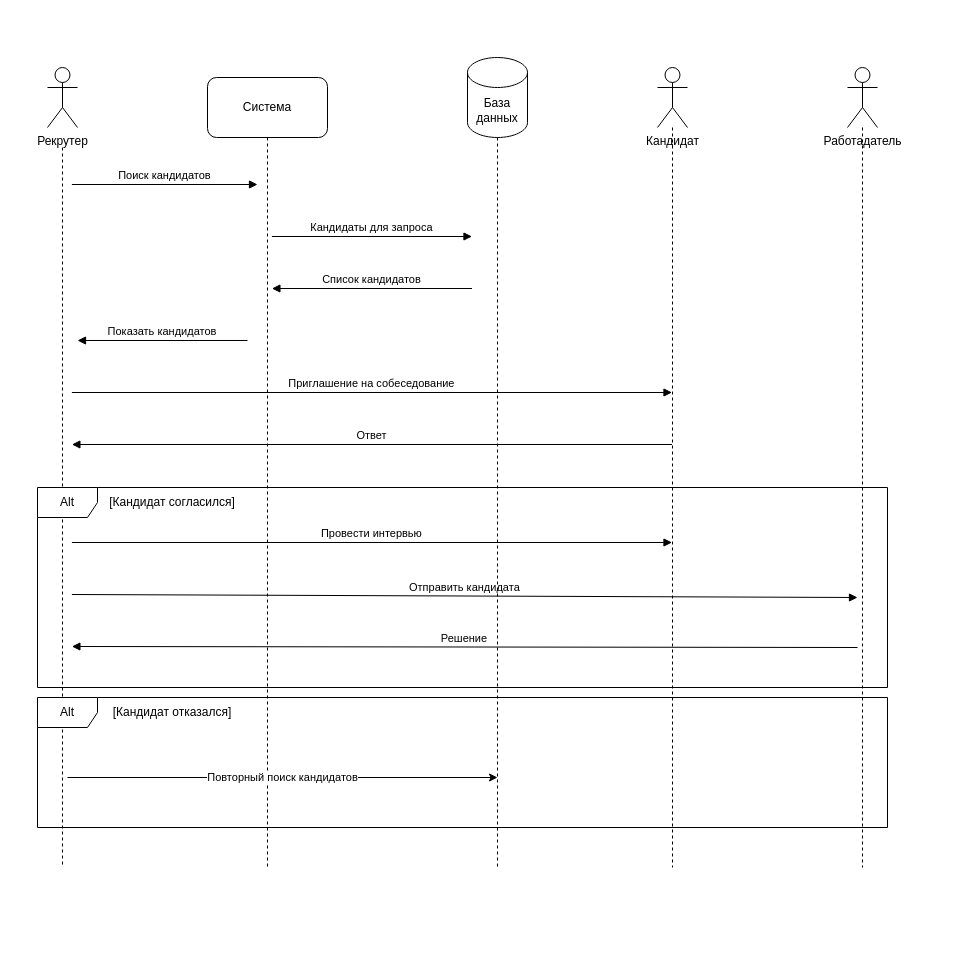
This is Диаграмма_последовательности.drawio from Regdal-cyber/Coursework, a draw.io file, before an edit. Source tidied: cells renumbered, new cells numbered last; positions are measured from the earlier drawing's top-left corner, leaving out a move shared by most shapes. Both pictures are drawn from the tidied source at 100%, with x=0, y=0 at pixel (37, 57).
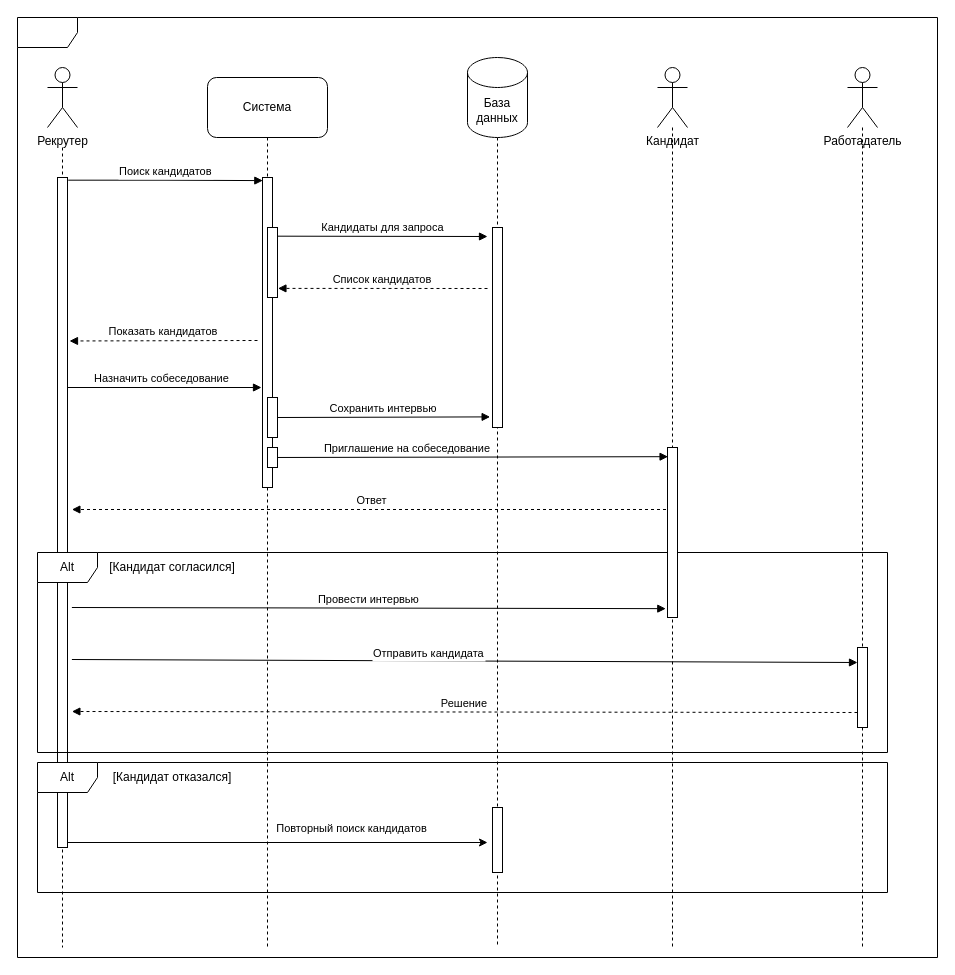
After the change.

Unchanged cells that the change refers to:
```xml
<mxCell id="14" value="Кандидат" style="shape=umlActor;verticalLabelPosition=bottom;verticalAlign=top;html=1;outlineConnect=0;" parent="1" vertex="1">
  <mxGeometry x="620" y="10" width="30" height="60" as="geometry" />
</mxCell>
<mxCell id="16" value="Работадатель" style="shape=umlActor;verticalLabelPosition=bottom;verticalAlign=top;html=1;outlineConnect=0;" parent="1" vertex="1">
  <mxGeometry x="810" y="10" width="30" height="60" as="geometry" />
</mxCell>
<mxCell id="18" value="Система" style="rounded=1;whiteSpace=wrap;html=1;" parent="1" vertex="1">
  <mxGeometry x="170" y="20" width="120" height="60" as="geometry" />
</mxCell>
<mxCell id="21" value="База данных" style="shape=cylinder3;whiteSpace=wrap;html=1;boundedLbl=1;backgroundOutline=1;size=15;" parent="1" vertex="1">
  <mxGeometry x="430" width="60" height="80" as="geometry" />
</mxCell>
```

The edit, as a diff of the source:
```diff
@@
-    <mxCell id="2" value="Поиск кандидатов" style="verticalAlign=bottom;elbow=vertical;rounded=0;endArrow=block;fontFamily=Helvetica;" parent="1" edge="1">
-      <mxGeometry relative="1" as="geometry">
-        <mxPoint x="34.4" y="127" as="sourcePoint" />
-        <mxPoint x="220" y="127" as="targetPoint" />
-      </mxGeometry>
+    <mxCell id="2" value="Поиск кандидатов" style="verticalAlign=bottom;elbow=vertical;rounded=0;endArrow=block;fontFamily=Helvetica;edgeStyle=orthogonalEdgeStyle;exitX=1.072;exitY=0.004;exitDx=0;exitDy=0;exitPerimeter=0;entryX=0.033;entryY=0.01;entryDx=0;entryDy=0;entryPerimeter=0;" parent="1" edge="1" source="29" target="31">
+      <mxGeometry relative="1" as="geometry" />
     </mxCell>
-    <mxCell id="3" value="Кандидаты для запроса" style="verticalAlign=bottom;elbow=vertical;rounded=0;endArrow=block;" parent="1" edge="1">
+    <mxCell id="3" value="Кандидаты для запроса" style="verticalAlign=bottom;elbow=vertical;rounded=0;endArrow=block;exitX=1.044;exitY=0.124;exitDx=0;exitDy=0;exitPerimeter=0;" parent="1" edge="1" source="32">
       <mxGeometry relative="1" as="geometry">
-        <mxPoint x="234.4" y="179" as="sourcePoint" />
-        <mxPoint x="434.5" y="179" as="targetPoint" />
+        <mxPoint x="450" y="179" as="targetPoint" />
       </mxGeometry>
     </mxCell>
-    <mxCell id="4" value="Список кандидатов" style="verticalAlign=bottom;elbow=vertical;rounded=0;endArrow=block;" parent="1" edge="1">
+    <mxCell id="4" value="Список кандидатов" style="verticalAlign=bottom;elbow=vertical;rounded=0;endArrow=block;dashed=1;entryX=1.044;entryY=0.87;entryDx=0;entryDy=0;entryPerimeter=0;" parent="1" edge="1" target="32">
       <mxGeometry relative="1" as="geometry">
-        <mxPoint x="434.5" y="231" as="sourcePoint" />
-        <mxPoint x="234.4" y="231" as="targetPoint" />
+        <mxPoint x="450" y="231" as="sourcePoint" />
       </mxGeometry>
     </mxCell>
-    <mxCell id="5" value="Показать кандидатов" style="verticalAlign=bottom;elbow=vertical;rounded=0;endArrow=block;" parent="1" edge="1">
+    <mxCell id="5" value="Показать кандидатов" style="verticalAlign=bottom;elbow=vertical;rounded=0;endArrow=block;dashed=1;entryX=1.2;entryY=0.244;entryDx=0;entryDy=0;entryPerimeter=0;" parent="1" edge="1" target="29">
       <mxGeometry relative="1" as="geometry">
-        <mxPoint x="210" y="283" as="sourcePoint" />
-        <mxPoint x="40" y="283" as="targetPoint" />
+        <mxPoint x="220" y="283" as="sourcePoint" />
       </mxGeometry>
     </mxCell>
-    <mxCell id="6" value="Приглашение на собеседование" style="verticalAlign=bottom;elbow=vertical;rounded=0;endArrow=block;" parent="1" edge="1">
-      <mxGeometry relative="1" as="geometry">
-        <mxPoint x="34.4" y="335" as="sourcePoint" />
-        <mxPoint x="634.5" y="335" as="targetPoint" />
+    <mxCell id="6" value="Приглашение на собеседование" style="verticalAlign=bottom;elbow=vertical;rounded=0;endArrow=block;entryX=0.057;entryY=0.054;entryDx=0;entryDy=0;entryPerimeter=0;" parent="1" edge="1" target="36">
+      <mxGeometry x="-0.3" relative="1" as="geometry">
+        <mxPoint x="230" y="400" as="sourcePoint" />
       </mxGeometry>
     </mxCell>
-    <mxCell id="7" value="Ответ" style="verticalAlign=bottom;elbow=vertical;rounded=0;endArrow=block;" parent="1" edge="1">
+    <mxCell id="7" value="Ответ" style="verticalAlign=bottom;elbow=vertical;rounded=0;endArrow=block;dashed=1;" parent="1" edge="1">
       <mxGeometry relative="1" as="geometry">
-        <mxPoint x="634.5" y="387" as="sourcePoint" />
-        <mxPoint x="34.4" y="387" as="targetPoint" />
+        <mxPoint x="634.5" y="452" as="sourcePoint" />
+        <mxPoint x="34.4" y="452" as="targetPoint" />
       </mxGeometry>
     </mxCell>
-    <mxCell id="8" value="Провести интервью" style="verticalAlign=bottom;elbow=vertical;rounded=0;endArrow=block;" parent="1" edge="1">
+    <mxCell id="8" value="Провести интервью" style="verticalAlign=bottom;elbow=vertical;rounded=0;endArrow=block;entryX=-0.171;entryY=0.948;entryDx=0;entryDy=0;entryPerimeter=0;" parent="1" edge="1" target="36">
       <mxGeometry relative="1" as="geometry">
-        <mxPoint x="34.4" y="485" as="sourcePoint" />
-        <mxPoint x="634.5" y="485" as="targetPoint" />
+        <mxPoint x="34.4" y="550" as="sourcePoint" />
       </mxGeometry>
     </mxCell>
     <mxCell id="9" value="Отправить кандидата" style="verticalAlign=bottom;elbow=vertical;rounded=0;endArrow=block;" parent="1" edge="1">
-      <mxGeometry relative="1" as="geometry">
-        <mxPoint x="34.4" y="537" as="sourcePoint" />
-        <mxPoint x="820" y="540" as="targetPoint" />
+      <mxGeometry x="-0.09" y="-2" relative="1" as="geometry">
+        <mxPoint x="34.4" y="602" as="sourcePoint" />
+        <mxPoint x="820" y="605" as="targetPoint" />
       </mxGeometry>
     </mxCell>
-    <mxCell id="10" value="Решение" style="verticalAlign=bottom;elbow=vertical;rounded=0;endArrow=block;" parent="1" edge="1">
+    <mxCell id="10" value="Решение" style="verticalAlign=bottom;elbow=vertical;rounded=0;endArrow=block;dashed=1;" parent="1" edge="1">
       <mxGeometry relative="1" as="geometry">
-        <mxPoint x="820" y="590" as="sourcePoint" />
-        <mxPoint x="34.4" y="589" as="targetPoint" />
+        <mxPoint x="820" y="655" as="sourcePoint" />
+        <mxPoint x="34.4" y="654" as="targetPoint" />
       </mxGeometry>
     </mxCell>
     <mxCell id="11" style="edgeStyle=orthogonalEdgeStyle;rounded=0;orthogonalLoop=1;jettySize=auto;html=1;dashed=1;endArrow=none;endFill=0;" parent="1" edge="1">
       <mxGeometry relative="1" as="geometry">
         <mxPoint x="25" y="90" as="sourcePoint" />
-        <mxPoint x="25" y="810" as="targetPoint" />
+        <mxPoint x="25" y="890" as="targetPoint" />
       </mxGeometry>
     </mxCell>
@@
     <mxCell id="13" style="edgeStyle=orthogonalEdgeStyle;rounded=0;jettySize=auto;html=1;dashed=1;endArrow=none;endFill=0;" parent="1" edge="1" source="14">
       <mxGeometry relative="1" as="geometry">
-        <mxPoint x="635" y="810" as="targetPoint" />
+        <mxPoint x="635" y="890" as="targetPoint" />
+        <Array as="points">
+          <mxPoint x="635" y="890" />
+        </Array>
       </mxGeometry>
     </mxCell>
@@
-    <mxCell id="15" style="edgeStyle=orthogonalEdgeStyle;rounded=0;jettySize=auto;html=1;dashed=1;endArrow=none;endFill=0;" parent="1" edge="1" source="16">
+    <mxCell id="15" style="edgeStyle=orthogonalEdgeStyle;rounded=0;jettySize=auto;html=1;dashed=1;endArrow=none;endFill=0;" parent="1" edge="1" source="38">
       <mxGeometry relative="1" as="geometry">
-        <mxPoint x="825" y="810" as="targetPoint" />
+        <mxPoint x="825" y="890" as="targetPoint" />
       </mxGeometry>
     </mxCell>
@@
-    <mxCell id="17" style="edgeStyle=orthogonalEdgeStyle;rounded=0;jettySize=auto;html=1;dashed=1;endArrow=none;endFill=0;" parent="1" edge="1" source="18">
+    <mxCell id="17" style="edgeStyle=orthogonalEdgeStyle;rounded=0;jettySize=auto;html=1;dashed=1;endArrow=none;endFill=0;" parent="1" edge="1" source="31">
       <mxGeometry relative="1" as="geometry">
-        <mxPoint x="230" y="810" as="targetPoint" />
+        <mxPoint x="230" y="890" as="targetPoint" />
       </mxGeometry>
     </mxCell>
@@
     <mxCell id="19" style="edgeStyle=orthogonalEdgeStyle;rounded=0;jettySize=auto;html=1;dashed=1;endArrow=none;endFill=0;exitX=0.5;exitY=1;exitDx=0;exitDy=0;exitPerimeter=0;" parent="1" edge="1" source="21">
       <mxGeometry relative="1" as="geometry">
-        <mxPoint x="460" y="810" as="targetPoint" />
+        <mxPoint x="460" y="890" as="targetPoint" />
       </mxGeometry>
     </mxCell>
-    <mxCell id="20" value="Alt" style="shape=umlFrame;whiteSpace=wrap;html=1;" parent="1" vertex="1">
-      <mxGeometry y="430" width="850" height="200" as="geometry" />
-    </mxCell>
@@
     <mxCell id="22" value="[Кандидат согласился]&lt;div&gt;&lt;/div&gt;" style="text;html=1;whiteSpace=wrap;strokeColor=none;fillColor=none;align=center;verticalAlign=middle;rounded=0;" parent="1" vertex="1">
-      <mxGeometry x="70" y="430" width="130" height="30" as="geometry" />
+      <mxGeometry x="70" y="495" width="130" height="30" as="geometry" />
     </mxCell>
-    <mxCell id="23" value="Alt" style="shape=umlFrame;whiteSpace=wrap;html=1;" parent="1" vertex="1">
-      <mxGeometry y="640" width="850" height="130" as="geometry" />
-    </mxCell>
     <mxCell id="24" value="[Кандидат отказался]&lt;div&gt;&lt;/div&gt;" style="text;html=1;whiteSpace=wrap;strokeColor=none;fillColor=none;align=center;verticalAlign=middle;rounded=0;" parent="1" vertex="1">
-      <mxGeometry x="70" y="640" width="130" height="30" as="geometry" />
+      <mxGeometry x="70" y="705" width="130" height="30" as="geometry" />
     </mxCell>
-    <mxCell id="25" value="Повторный поиск кандидатов" style="endArrow=classic;html=1;rounded=0;" parent="1" edge="1">
-      <mxGeometry relative="1" as="geometry">
-        <mxPoint x="30" y="720" as="sourcePoint" />
-        <mxPoint x="460" y="720" as="targetPoint" />
+    <mxCell id="25" value="Повторный поиск кандидатов" style="endArrow=classic;html=1;rounded=0;verticalAlign=bottom;" parent="1" edge="1">
+      <mxGeometry x="0.35" y="5" relative="1" as="geometry">
+        <mxPoint x="30" y="785" as="sourcePoint" />
+        <mxPoint x="450" y="785" as="targetPoint" />
       </mxGeometry>
     </mxCell>
+    <mxCell id="26" value="Назначить собеседование" style="verticalAlign=bottom;elbow=vertical;rounded=0;endArrow=block;" parent="1" edge="1">
+      <mxGeometry relative="1" as="geometry">
+        <mxPoint x="25.5" y="330" as="sourcePoint" />
+        <mxPoint x="224" y="330" as="targetPoint" />
+      </mxGeometry>
+    </mxCell>
+    <mxCell id="27" value="Сохранить интервью" style="verticalAlign=bottom;elbow=vertical;rounded=0;endArrow=block;entryX=-0.238;entryY=0.947;entryDx=0;entryDy=0;entryPerimeter=0;" parent="1" edge="1" target="33">
+      <mxGeometry relative="1" as="geometry">
+        <mxPoint x="240" y="360" as="sourcePoint" />
+      </mxGeometry>
+    </mxCell>
+    <mxCell id="28" style="shape=umlFrame;whiteSpace=wrap;html=1;" parent="1" vertex="1">
+      <mxGeometry x="-20" y="-40" width="920" height="940" as="geometry" />
+    </mxCell>
+    <mxCell id="29" style="rounded=0;whiteSpace=wrap;html=1;" parent="1" vertex="1">
+      <mxGeometry x="20" y="120" width="10" height="670" as="geometry" />
+    </mxCell>
+    <mxCell id="20" value="Alt" style="shape=umlFrame;whiteSpace=wrap;html=1;" parent="1" vertex="1">
+      <mxGeometry y="495" width="850" height="200" as="geometry" />
+    </mxCell>
+    <mxCell id="23" value="Alt" style="shape=umlFrame;whiteSpace=wrap;html=1;" parent="1" vertex="1">
+      <mxGeometry y="705" width="850" height="130" as="geometry" />
+    </mxCell>
+    <mxCell id="30" style="edgeStyle=orthogonalEdgeStyle;rounded=0;jettySize=auto;html=1;dashed=1;endArrow=none;endFill=0;" parent="1" edge="1" source="18" target="31">
+      <mxGeometry relative="1" as="geometry" />
+    </mxCell>
+    <mxCell id="31" style="rounded=0;whiteSpace=wrap;html=1;" parent="1" vertex="1">
+      <mxGeometry x="225" y="120" width="10" height="310" as="geometry" />
+    </mxCell>
+    <mxCell id="32" style="rounded=0;whiteSpace=wrap;html=1;" parent="1" vertex="1">
+      <mxGeometry x="230" y="170" width="10" height="70" as="geometry" />
+    </mxCell>
+    <mxCell id="33" style="rounded=0;whiteSpace=wrap;html=1;" parent="1" vertex="1">
+      <mxGeometry x="455" y="170" width="10" height="200" as="geometry" />
+    </mxCell>
+    <mxCell id="34" style="rounded=0;whiteSpace=wrap;html=1;" parent="1" vertex="1">
+      <mxGeometry x="230" y="340" width="10" height="40" as="geometry" />
+    </mxCell>
+    <mxCell id="35" style="rounded=0;whiteSpace=wrap;html=1;" parent="1" vertex="1">
+      <mxGeometry x="230" y="390" width="10" height="20" as="geometry" />
+    </mxCell>
+    <mxCell id="36" style="rounded=0;whiteSpace=wrap;html=1;" parent="1" vertex="1">
+      <mxGeometry x="630" y="390" width="10" height="170" as="geometry" />
+    </mxCell>
+    <mxCell id="37" style="edgeStyle=orthogonalEdgeStyle;rounded=0;jettySize=auto;html=1;dashed=1;endArrow=none;endFill=0;" parent="1" edge="1" source="16" target="38">
+      <mxGeometry relative="1" as="geometry" />
+    </mxCell>
+    <mxCell id="38" style="rounded=0;whiteSpace=wrap;html=1;" parent="1" vertex="1">
+      <mxGeometry x="820" y="590" width="10" height="80" as="geometry" />
+    </mxCell>
+    <mxCell id="39" style="rounded=0;whiteSpace=wrap;html=1;" parent="1" vertex="1">
+      <mxGeometry x="455" y="750" width="10" height="65" as="geometry" />
+    </mxCell>
```
